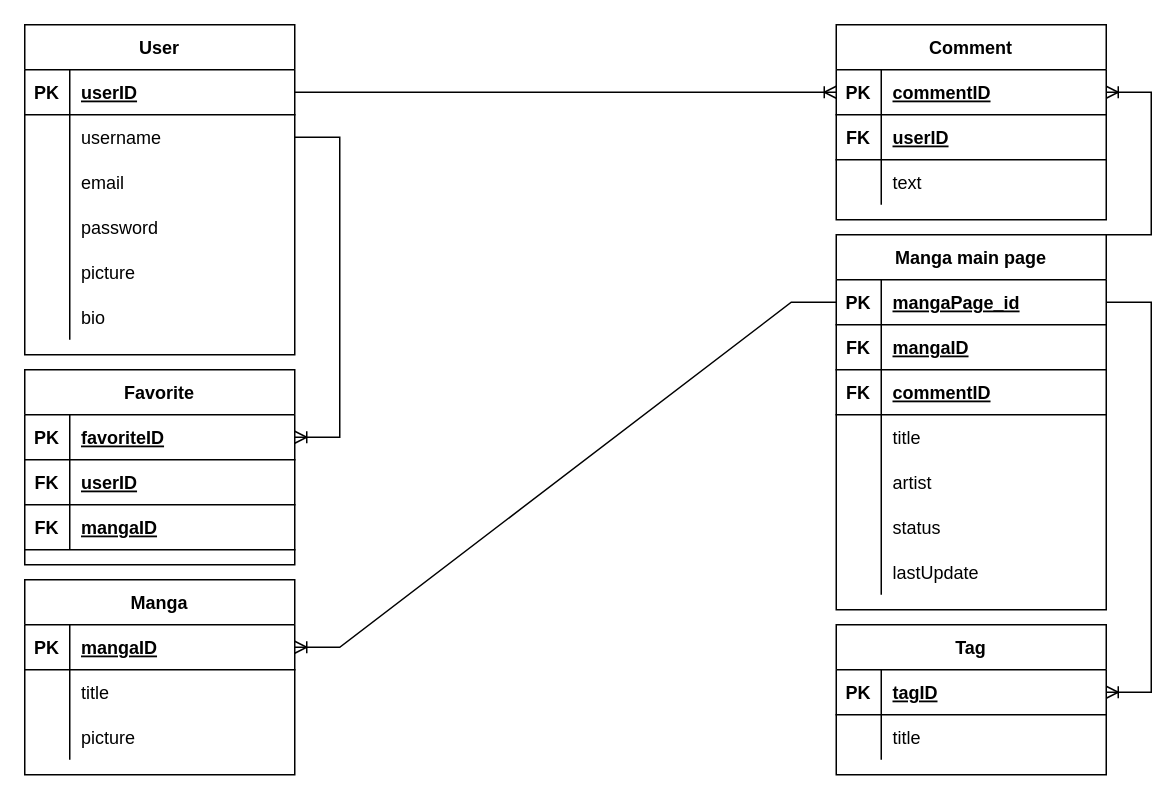
Before: Untitled Diagram.drawio in AlessyJay/yuri-reader, a draw.io diagram. Source tidied: cells renumbered, new cells numbered last; positions are measured from the earlier drawing's top-left corner, leaving out a move shared by most shapes. Both pictures are drawn from the tidied source at 150%, with x=0, y=0 at pixel (24, 24).
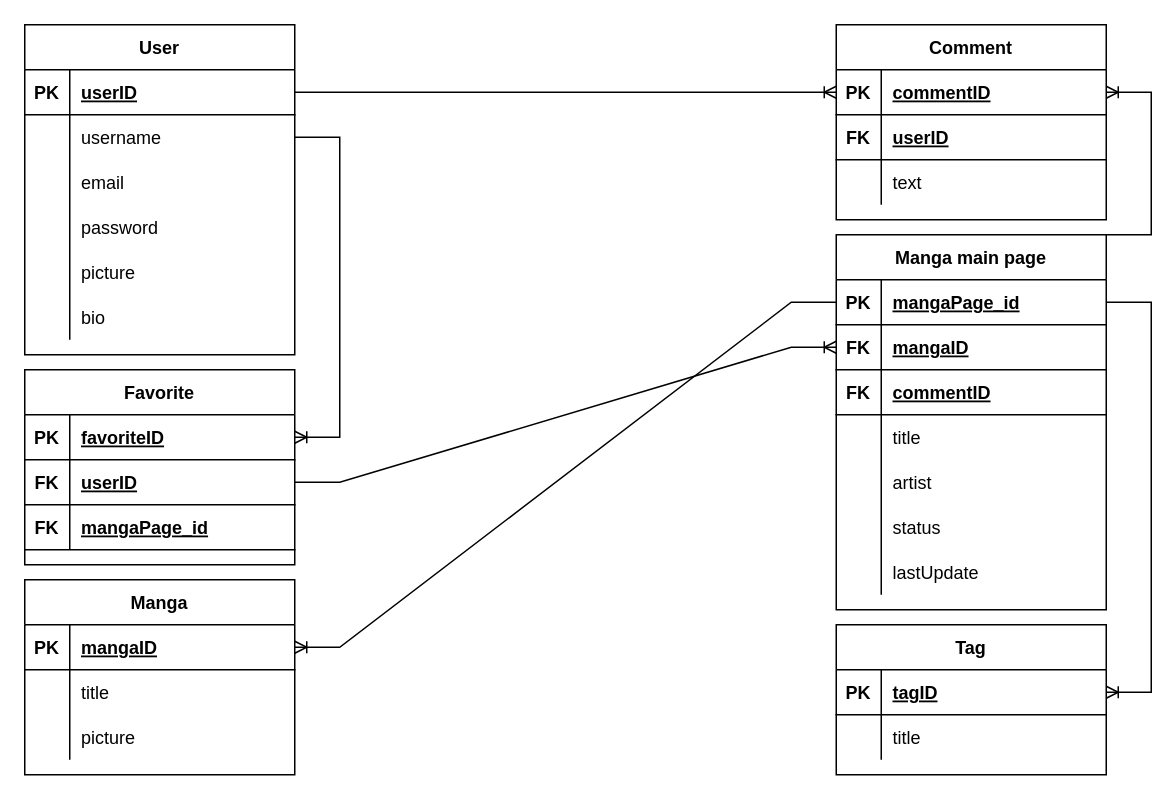
Above is the later version.

The change refers to these unchanged cells:
```xml
<mxCell id="35" style="shape=partialRectangle;fillColor=none;top=0;left=0;bottom=1;right=0;points=[[0,0.5],[1,0.5]];portConstraint=eastwest;" parent="31" vertex="1">
  <mxGeometry y="60" width="180" height="30" as="geometry" />
</mxCell>
<mxCell id="38" style="shape=partialRectangle;fillColor=none;top=0;left=0;bottom=1;right=0;" parent="31" vertex="1">
  <mxGeometry y="90" width="180" height="30" as="geometry" />
</mxCell>
<mxCell id="45" style="shape=partialRectangle;fillColor=none;top=0;left=0;bottom=1;right=0;points=[[0,0.5],[1,0.5]];portConstraint=eastwest;" parent="41" vertex="1">
  <mxGeometry y="60" width="180" height="30" as="geometry" />
</mxCell>
```

Change to the diagram source:
```diff
@@
-    <mxCell id="40" value="mangaID" style="shape=partialRectangle;fillColor=none;top=0;left=0;bottom=0;right=0;align=left;spacingLeft=6;fontStyle=5;overflow=hidden;" parent="38" vertex="1">
+    <mxCell id="40" value="mangaPage_id" style="shape=partialRectangle;fillColor=none;top=0;left=0;bottom=0;right=0;align=left;spacingLeft=6;fontStyle=5;overflow=hidden;" parent="38" vertex="1">
       <mxGeometry x="30" width="150" height="30" as="geometry" />
     </mxCell>
@@
+    <mxCell id="85" style="edgeStyle=entityRelationEdgeStyle;fontSize=12;html=1;endArrow=ERoneToMany;rounded=0;exitX=1;exitY=0.5;exitDx=0;exitDy=0;entryX=0;entryY=0.5;entryDx=0;entryDy=0;" parent="1" edge="1" source="35" target="45">
+      <mxGeometry relative="1" as="geometry" />
+    </mxCell>
```
